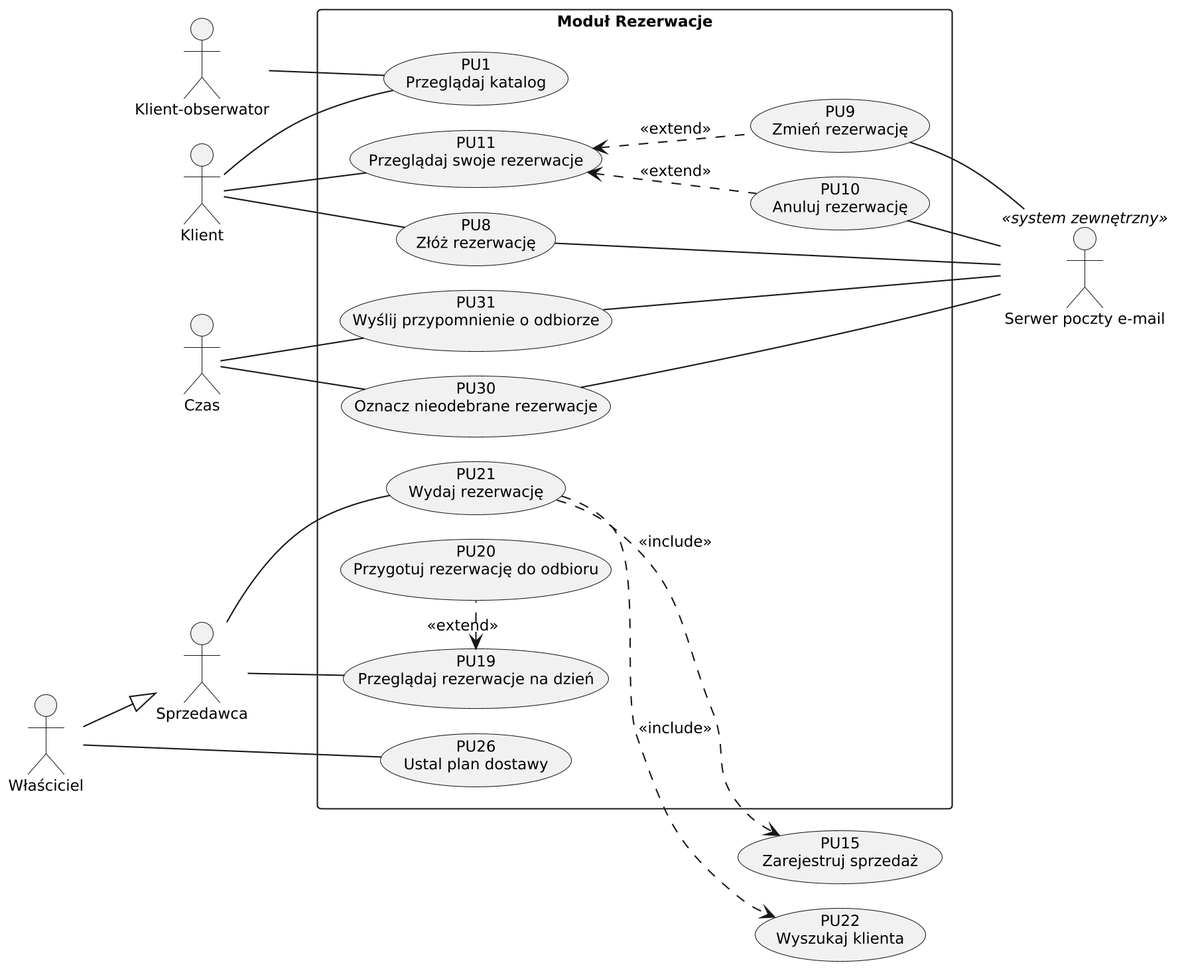
This is dokumentacja/rysunki/diagramy/pu-modul-rezerwacje.png from Kariseks/internetowe_bazy_danych, a PlantUML export, as it was before one commit. Its source is kept beside it as dokumentacja/rysunki/diagramy/src/pu-modul-rezerwacje.puml.
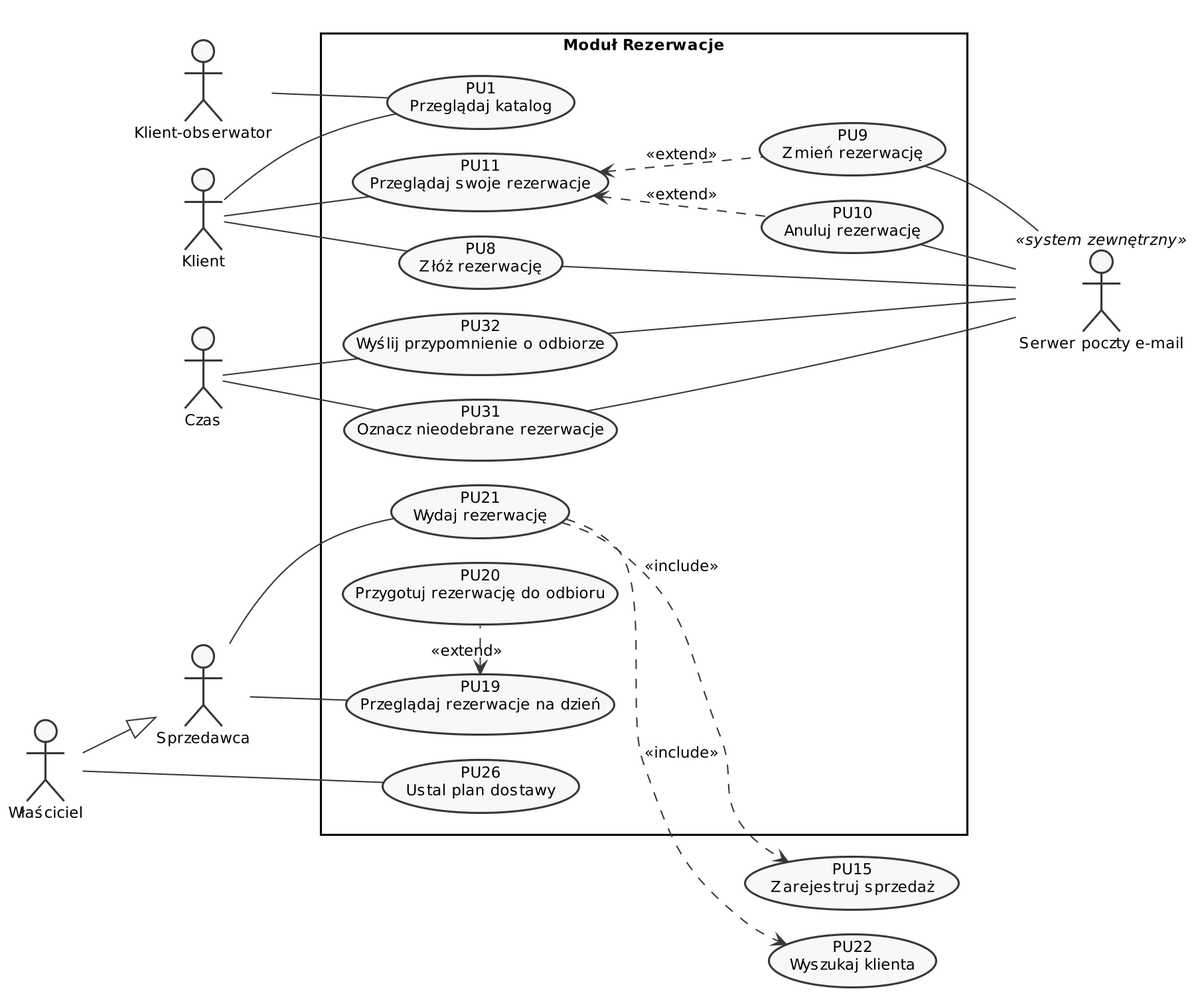
After the commit.

Diff of the diagram source:
```diff
@@ -22,8 +22,8 @@
   usecase "PU9\nZmień rezerwację" as PU9
   usecase "PU10\nAnuluj rezerwację" as PU10
   usecase "PU8\nZłóż rezerwację" as PU8
-  usecase "PU30\nOznacz nieodebrane rezerwacje" as PU30
-  usecase "PU31\nWyślij przypomnienie o odbiorze" as PU31
+  usecase "PU31\nOznacz nieodebrane rezerwacje" as PU31
+  usecase "PU32\nWyślij przypomnienie o odbiorze" as PU32
   usecase "PU26\nUstal plan dostawy" as PU26
   usecase "PU19\nPrzeglądaj rezerwacje na dzień" as PU19
   usecase "PU20\nPrzygotuj rezerwację do odbioru" as PU20
@@ -37,15 +37,15 @@
 Klient -- PU1
 Klient -- PU11
 Klient -- PU8
-Czas -- PU30
 Czas -- PU31
+Czas -- PU32
 Wlasciciel -- PU26
 Wlasciciel --|> Sprzedawca
 Sprzedawca -- PU19
 Sprzedawca -- PU21
 PU9 -[hidden] PU10
-PU30 -[hidden] PU31
-PU31 -[hidden] PU19
+PU31 -[hidden] PU32
+PU32 -[hidden] PU19
 PU19 -[hidden] PU20
 PU20 -[hidden] PU21
 PU15 -[hidden] PU22
@@ -59,6 +59,6 @@
 PU9 -- Poczta
 PU10 -- Poczta
 PU8 -- Poczta
-PU30 -- Poczta
 PU31 -- Poczta
+PU32 -- Poczta
 @enduml
```
